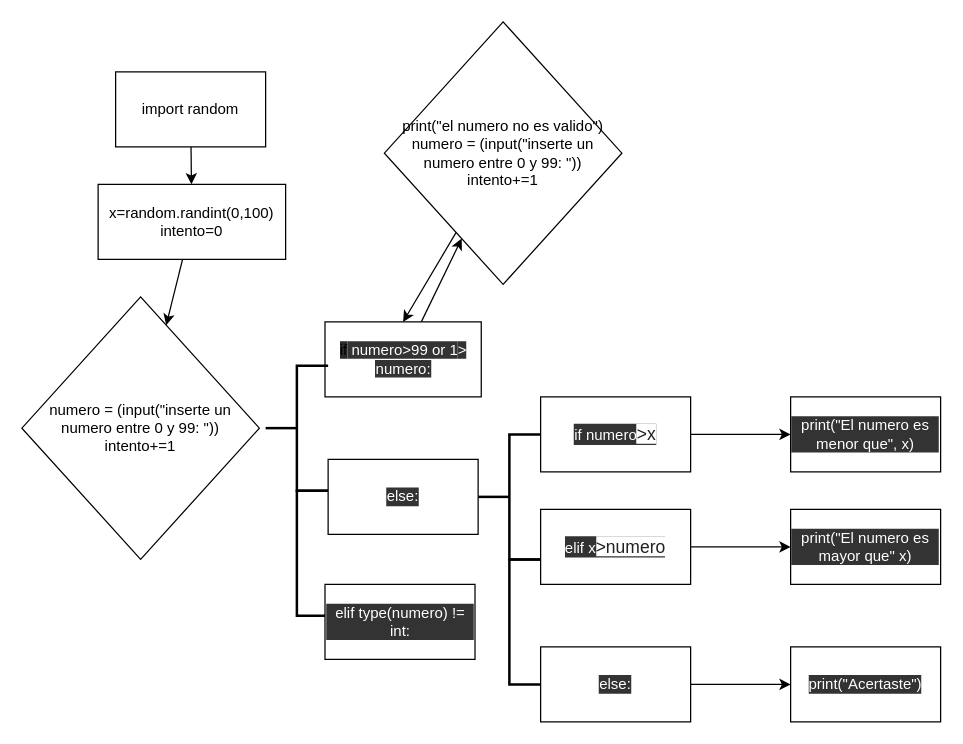
josean9/adivineunnumero keeps this draw.io diagram as diagrama.drawio. Above is the earlier version. Source tidied: cells renumbered, new cells numbered last; positions are measured from the earlier drawing's top-left corner, leaving out a move shared by most shapes. Both pictures are drawn from the tidied source at 125%, with x=0, y=0 at pixel (21, 21).
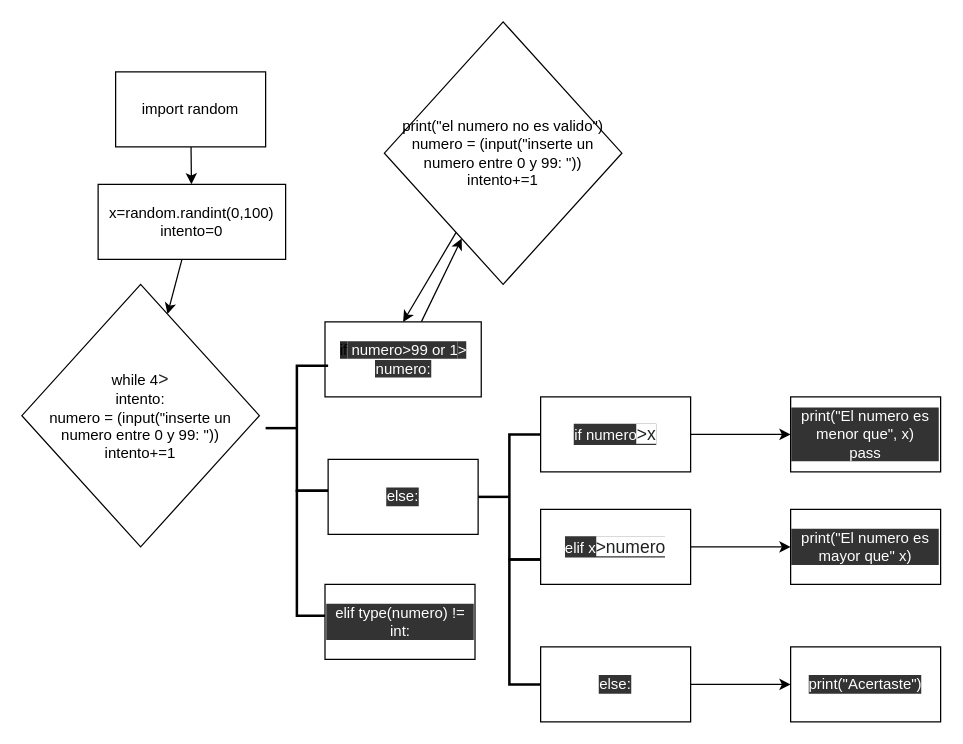
The same diagram, later.

What changed in the source:
```diff
@@
-    <mxCell id="5" value="numero = (input(&quot;inserte un numero entre 0 y 99: &quot;))&lt;br&gt;intento+=1" style="rhombus;whiteSpace=wrap;html=1;" parent="1" vertex="1">
-      <mxGeometry y="220" width="190" height="210" as="geometry" />
+    <mxCell id="5" value="while 4&lt;span style=&quot;color: rgb(32 , 33 , 34) ; font-family: sans-serif ; font-size: 14px ; background-color: rgb(255 , 255 , 255)&quot;&gt;&amp;gt;&lt;/span&gt;&lt;br&gt;intento:&lt;br&gt;numero = (input(&quot;inserte un numero entre 0 y 99: &quot;))&lt;br&gt;intento+=1" style="rhombus;whiteSpace=wrap;html=1;" parent="1" vertex="1">
+      <mxGeometry y="210" width="190" height="210" as="geometry" />
     </mxCell>
@@
-    <mxCell id="16" value="print(&quot;El numero es menor que&quot;, x)" style="whiteSpace=wrap;html=1;fontColor=#FFFFFF;labelBackgroundColor=#333333;" parent="1" vertex="1">
+    <mxCell id="16" value="print(&quot;El numero es menor que&quot;, x)&lt;br&gt;pass" style="whiteSpace=wrap;html=1;fontColor=#FFFFFF;labelBackgroundColor=#333333;" parent="1" vertex="1">
       <mxGeometry x="615" y="300" width="120" height="60" as="geometry" />
     </mxCell>
```
